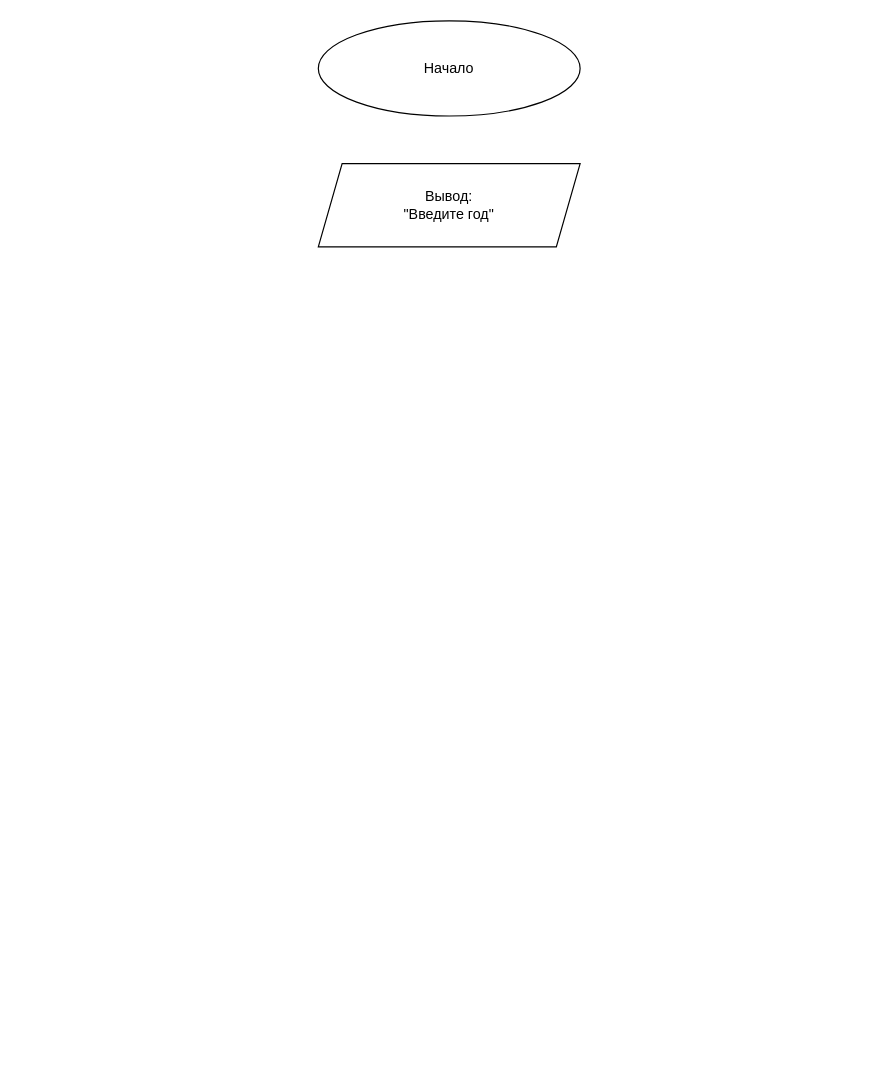
Above: page "task_8" (4 of 5) of lesson1.drawio in effgenlyapin29081983/algorithms (draw.io), before the change. Source tidied: cells renumbered, new cells numbered last; positions are measured from the earlier drawing's top-left corner, leaving out a move shared by most shapes. Both pictures are drawn from the tidied source at 119%, with x=0, y=0 at pixel (318, 20).
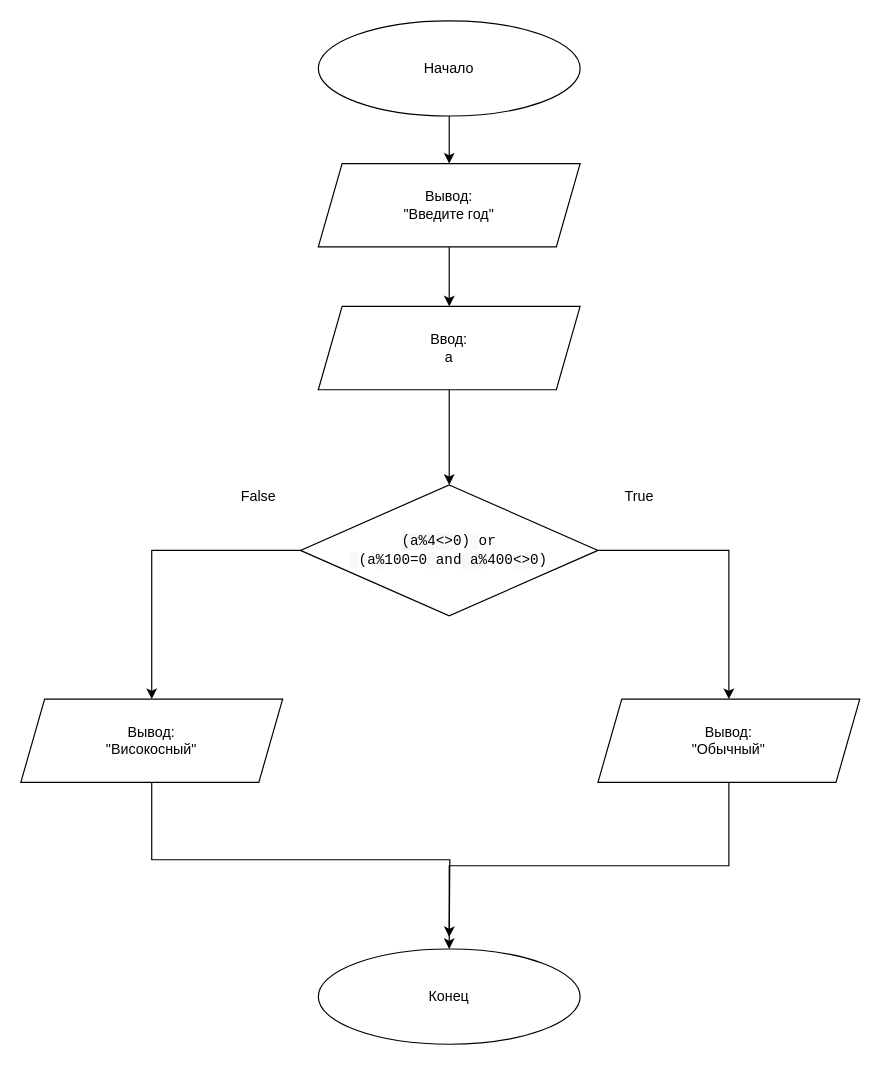
Above is the later version.

What changed in the source:
```diff
@@
 <mxGraphModel>
   <root>
     <mxCell id="0" />
     <mxCell id="1" parent="0" />
+    <mxCell id="4" style="edgeStyle=orthogonalEdgeStyle;rounded=0;jettySize=auto;html=1;exitX=0.5;exitY=1;exitDx=0;exitDy=0;entryX=0.5;entryY=0;entryDx=0;entryDy=0;" parent="1" edge="1" source="2" target="3">
+      <mxGeometry relative="1" as="geometry" />
+    </mxCell>
     <mxCell id="2" value="Начало" style="ellipse;whiteSpace=wrap;html=1;" parent="1" vertex="1">
       <mxGeometry width="220" height="80" as="geometry" />
     </mxCell>
+    <mxCell id="5" style="edgeStyle=orthogonalEdgeStyle;rounded=0;jettySize=auto;html=1;exitX=0.5;exitY=1;exitDx=0;exitDy=0;entryX=0.5;entryY=0;entryDx=0;entryDy=0;" parent="1" edge="1" source="3" target="7">
+      <mxGeometry relative="1" as="geometry" />
+    </mxCell>
     <mxCell id="3" value="Вывод:&lt;br&gt;&quot;Введите год&quot;" style="shape=parallelogram;perimeter=parallelogramPerimeter;whiteSpace=wrap;html=1;fixedSize=1;" parent="1" vertex="1">
       <mxGeometry y="120" width="220" height="70" as="geometry" />
     </mxCell>
+    <mxCell id="6" style="edgeStyle=orthogonalEdgeStyle;rounded=0;jettySize=auto;html=1;exitX=0.5;exitY=1;exitDx=0;exitDy=0;entryX=0.5;entryY=0;entryDx=0;entryDy=0;" parent="1" edge="1" source="7" target="10">
+      <mxGeometry relative="1" as="geometry" />
+    </mxCell>
+    <mxCell id="7" value="Ввод:&lt;br&gt;a" style="shape=parallelogram;perimeter=parallelogramPerimeter;whiteSpace=wrap;html=1;fixedSize=1;" parent="1" vertex="1">
+      <mxGeometry y="240" width="220" height="70" as="geometry" />
+    </mxCell>
+    <mxCell id="8" style="edgeStyle=orthogonalEdgeStyle;rounded=0;jettySize=auto;html=1;exitX=0;exitY=0.5;exitDx=0;exitDy=0;entryX=0.5;entryY=0;entryDx=0;entryDy=0;" parent="1" edge="1" source="10" target="16">
+      <mxGeometry relative="1" as="geometry" />
+    </mxCell>
+    <mxCell id="9" style="edgeStyle=orthogonalEdgeStyle;rounded=0;jettySize=auto;html=1;exitX=1;exitY=0.5;exitDx=0;exitDy=0;entryX=0.5;entryY=0;entryDx=0;entryDy=0;" parent="1" edge="1" source="10" target="14">
+      <mxGeometry relative="1" as="geometry" />
+    </mxCell>
+    <mxCell id="10" value="&lt;font style=&quot;font-size: 12px&quot;&gt;&lt;span style=&quot;font-family: monospace ; background-color: rgb(248 , 248 , 248)&quot;&gt;(a%&lt;/span&gt;&lt;span style=&quot;font-family: monospace ; background-color: rgb(248 , 249 , 250)&quot;&gt;4&lt;/span&gt;&lt;span style=&quot;font-family: monospace ; background-color: rgb(248 , 248 , 248)&quot;&gt;&amp;lt;&amp;gt;&lt;/span&gt;&lt;span style=&quot;box-sizing: border-box ; font-family: monospace&quot;&gt;0)&lt;/span&gt;&lt;span style=&quot;font-family: monospace ; background-color: rgb(248 , 248 , 248)&quot;&gt;&amp;nbsp;&lt;/span&gt;&lt;span style=&quot;box-sizing: border-box ; font-family: monospace&quot;&gt;or&lt;br&gt;&lt;/span&gt;&lt;span style=&quot;font-family: monospace ; background-color: rgb(248 , 248 , 248)&quot;&gt;&amp;nbsp;&lt;/span&gt;&lt;span style=&quot;box-sizing: border-box ; font-family: monospace&quot;&gt;(a&lt;/span&gt;&lt;span style=&quot;font-family: monospace ; background-color: rgb(248 , 248 , 248)&quot;&gt;%&lt;/span&gt;&lt;span style=&quot;box-sizing: border-box ; font-family: monospace&quot;&gt;100&lt;/span&gt;&lt;span style=&quot;box-sizing: border-box ; font-family: monospace&quot;&gt;=&lt;/span&gt;&lt;span style=&quot;box-sizing: border-box ; font-family: monospace&quot;&gt;0&lt;/span&gt;&lt;span style=&quot;font-family: monospace ; background-color: rgb(248 , 248 , 248)&quot;&gt;&amp;nbsp;&lt;/span&gt;&lt;span style=&quot;box-sizing: border-box ; font-family: monospace&quot;&gt;and&lt;/span&gt;&lt;span style=&quot;font-family: monospace ; background-color: rgb(248 , 248 , 248)&quot;&gt;&amp;nbsp;a%&lt;/span&gt;&lt;span style=&quot;box-sizing: border-box ; font-family: monospace&quot;&gt;400&lt;span style=&quot;background-color: rgb(248 , 248 , 248)&quot;&gt;&amp;lt;&amp;gt;&lt;/span&gt;&lt;/span&gt;&lt;span style=&quot;box-sizing: border-box ; font-family: monospace&quot;&gt;0&lt;/span&gt;&lt;span style=&quot;box-sizing: border-box ; font-family: monospace&quot;&gt;)&lt;/span&gt;&lt;/font&gt;" style="rhombus;whiteSpace=wrap;html=1;" parent="1" vertex="1">
+      <mxGeometry x="-15" y="390" width="250" height="110" as="geometry" />
+    </mxCell>
+    <mxCell id="11" value="False" style="text;html=1;strokeColor=none;fillColor=none;align=center;verticalAlign=middle;whiteSpace=wrap;rounded=0;" parent="1" vertex="1">
+      <mxGeometry x="-70" y="390" width="40" height="20" as="geometry" />
+    </mxCell>
+    <mxCell id="12" value="True" style="text;html=1;strokeColor=none;fillColor=none;align=center;verticalAlign=middle;whiteSpace=wrap;rounded=0;" parent="1" vertex="1">
+      <mxGeometry x="250" y="390" width="40" height="20" as="geometry" />
+    </mxCell>
+    <mxCell id="13" style="edgeStyle=orthogonalEdgeStyle;rounded=0;jettySize=auto;html=1;exitX=0.5;exitY=1;exitDx=0;exitDy=0;entryX=0.5;entryY=0;entryDx=0;entryDy=0;" parent="1" edge="1" source="14" target="17">
+      <mxGeometry relative="1" as="geometry" />
+    </mxCell>
+    <mxCell id="14" value="Вывод:&lt;br&gt;&quot;Обычный&quot;" style="shape=parallelogram;perimeter=parallelogramPerimeter;whiteSpace=wrap;html=1;fixedSize=1;" parent="1" vertex="1">
+      <mxGeometry x="235" y="570" width="220" height="70" as="geometry" />
+    </mxCell>
+    <mxCell id="15" style="edgeStyle=orthogonalEdgeStyle;rounded=0;jettySize=auto;html=1;exitX=0.5;exitY=1;exitDx=0;exitDy=0;" parent="1" edge="1" source="16">
+      <mxGeometry relative="1" as="geometry">
+        <mxPoint x="110" y="770" as="targetPoint" />
+      </mxGeometry>
+    </mxCell>
+    <mxCell id="16" value="Вывод:&lt;br&gt;&quot;Високосный&quot;" style="shape=parallelogram;perimeter=parallelogramPerimeter;whiteSpace=wrap;html=1;fixedSize=1;" parent="1" vertex="1">
+      <mxGeometry x="-250" y="570" width="220" height="70" as="geometry" />
+    </mxCell>
+    <mxCell id="17" value="Конец" style="ellipse;whiteSpace=wrap;html=1;" parent="1" vertex="1">
+      <mxGeometry y="780" width="220" height="80" as="geometry" />
+    </mxCell>
   </root>
 </mxGraphModel>
```
